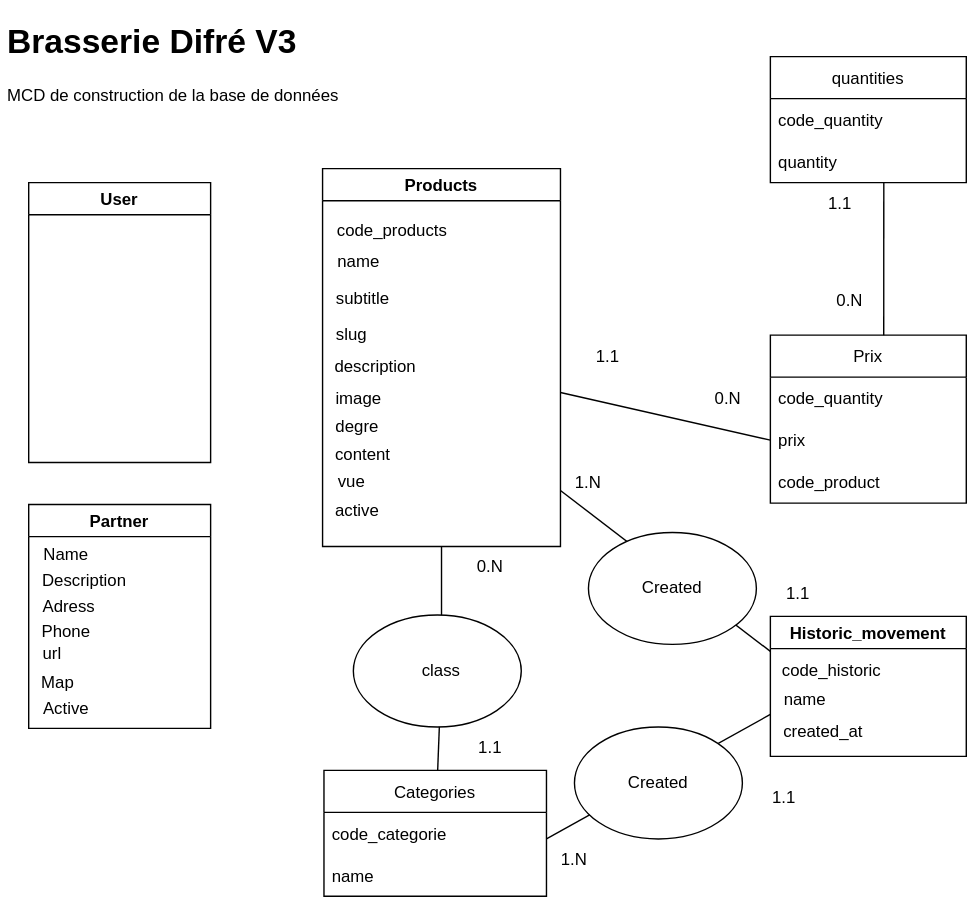
Above: sources/mcd.drawio.svg in maitrecanard/brasseriedifre_v3 (draw.io), before the change. Source tidied: cells renumbered, new cells last; positions are measured from the earlier drawing's top-left corner, leaving out a move shared by most shapes.
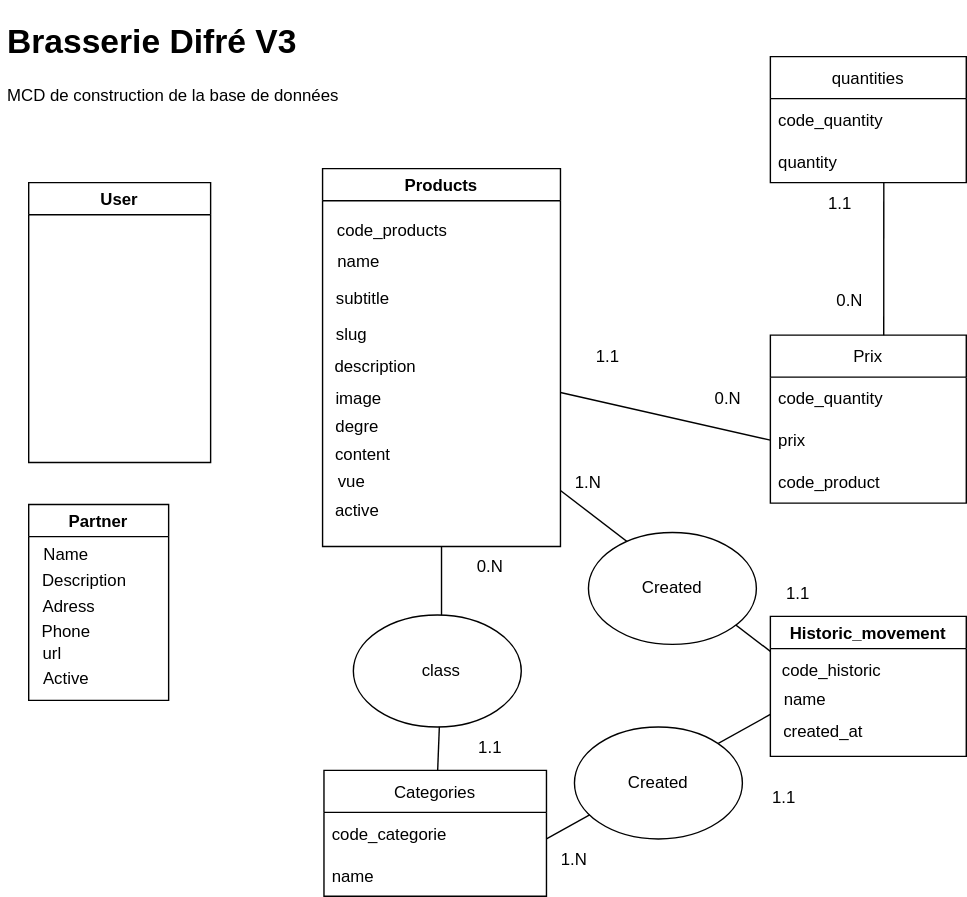
After the change.

What changed in the source:
```diff
@@ -154,7 +154,7 @@
       <mxGeometry x="530" y="545" width="60" height="30" as="geometry" />
     </mxCell>
     <mxCell id="49" value="Partner" style="swimlane;" parent="1" vertex="1">
-      <mxGeometry x="20" y="350" width="130" height="160" as="geometry" />
+      <mxGeometry x="20" y="350" width="100" height="140" as="geometry" />
     </mxCell>
     <mxCell id="50" value="Name" style="text;html=1;strokeColor=none;fillColor=none;align=center;verticalAlign=middle;whiteSpace=wrap;rounded=0;" parent="49" vertex="1">
       <mxGeometry x="-3" y="21" width="60" height="30" as="geometry" />
@@ -171,11 +171,8 @@
     <mxCell id="54" value="url" style="text;html=1;strokeColor=none;fillColor=none;align=center;verticalAlign=middle;whiteSpace=wrap;rounded=0;" parent="49" vertex="1">
       <mxGeometry x="-13" y="92" width="60" height="30" as="geometry" />
     </mxCell>
-    <mxCell id="55" value="Map" style="text;html=1;strokeColor=none;fillColor=none;align=center;verticalAlign=middle;whiteSpace=wrap;rounded=0;" parent="49" vertex="1">
-      <mxGeometry x="-9" y="113" width="60" height="30" as="geometry" />
-    </mxCell>
     <mxCell id="56" value="Active" style="text;html=1;strokeColor=none;fillColor=none;align=center;verticalAlign=middle;whiteSpace=wrap;rounded=0;" parent="49" vertex="1">
-      <mxGeometry x="-3" y="131" width="60" height="30" as="geometry" />
+      <mxGeometry x="-3" y="110" width="60" height="30" as="geometry" />
     </mxCell>
   </root>
 </mxGraphModel>
```
